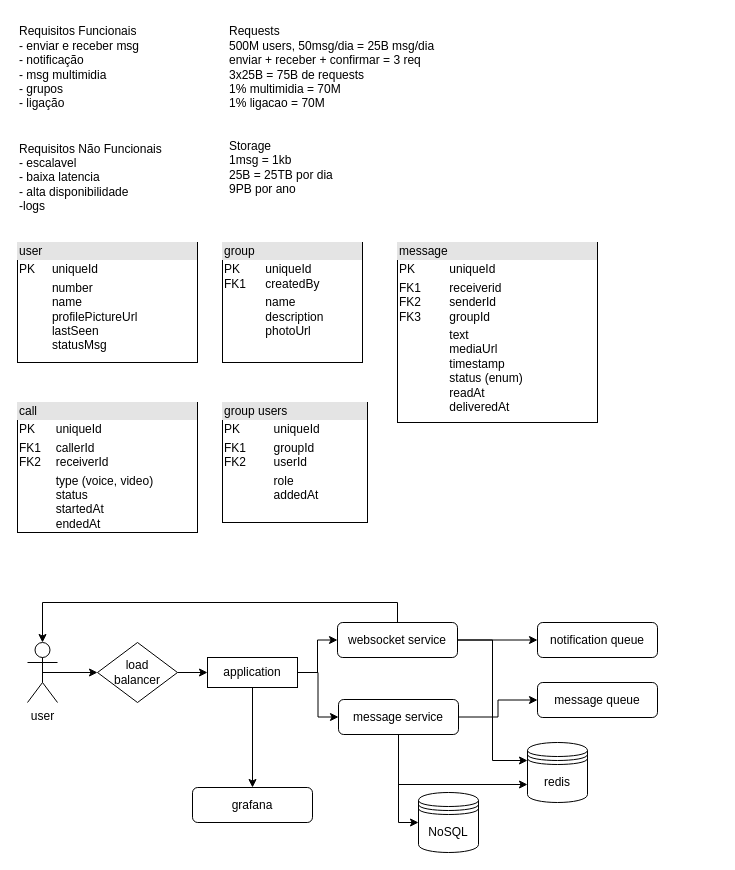
Before: whatsapp.drawio in barbs-pm/lld, a draw.io diagram. Source tidied: cells renumbered, new cells numbered last; positions are measured from the earlier drawing's top-left corner, leaving out a move shared by most shapes. Both pictures are drawn from the tidied source at 100%, with x=0, y=0 at pixel (17, 17).
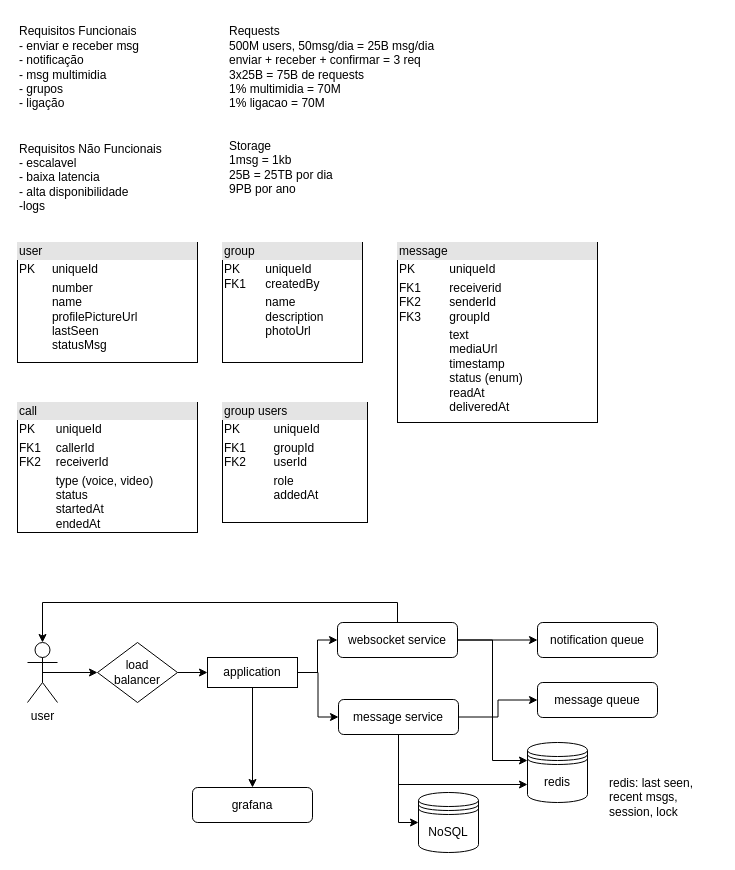
The same page after the edit.

Change to the diagram source:
```diff
@@
+    <mxCell id="32" value="redis: last seen,&lt;div&gt;recent msgs,&lt;/div&gt;&lt;div&gt;session,&amp;nbsp;&lt;span style=&quot;background-color: initial;&quot;&gt;lock&lt;/span&gt;&lt;/div&gt;" style="text;html=1;align=left;verticalAlign=middle;strokeColor=none;fillColor=none;" parent="1" vertex="1">
+      <mxGeometry x="590" y="750" width="110" height="60" as="geometry" />
+    </mxCell>
```
